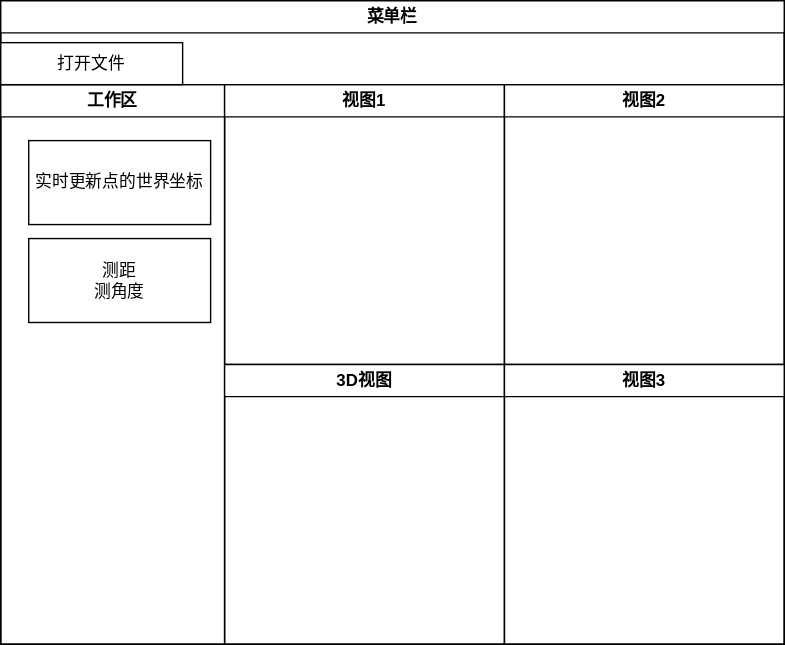
This is medical_xitongsheji.drawio.svg from Dong-J93/_pictures, a draw.io export, as it was before one commit. Source tidied: cells renumbered, new cells last; positions are measured from the earlier drawing's top-left corner, leaving out a move shared by most shapes.
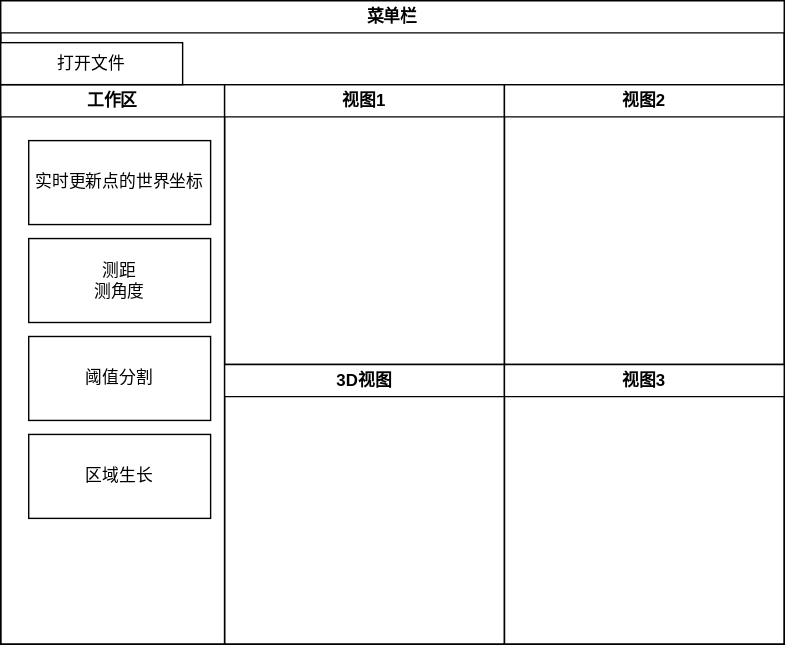
After the commit.

What changed in the source:
```diff
@@ -14,6 +14,12 @@
     <mxCell id="5" value="测距&lt;br&gt;测角度" style="rounded=0;whiteSpace=wrap;html=1;" parent="3" vertex="1">
       <mxGeometry x="20" y="110" width="130" height="60" as="geometry" />
     </mxCell>
+    <mxCell id="12" value="阈值分割" style="rounded=0;whiteSpace=wrap;html=1;" parent="3" vertex="1">
+      <mxGeometry x="20" y="180" width="130" height="60" as="geometry" />
+    </mxCell>
+    <mxCell id="13" value="区域生长" style="rounded=0;whiteSpace=wrap;html=1;" parent="3" vertex="1">
+      <mxGeometry x="20" y="250" width="130" height="60" as="geometry" />
+    </mxCell>
     <mxCell id="6" value="视图1" style="swimlane;whiteSpace=wrap;html=1;" parent="2" vertex="1">
       <mxGeometry x="160" y="60" width="200" height="200" as="geometry" />
     </mxCell>
```
